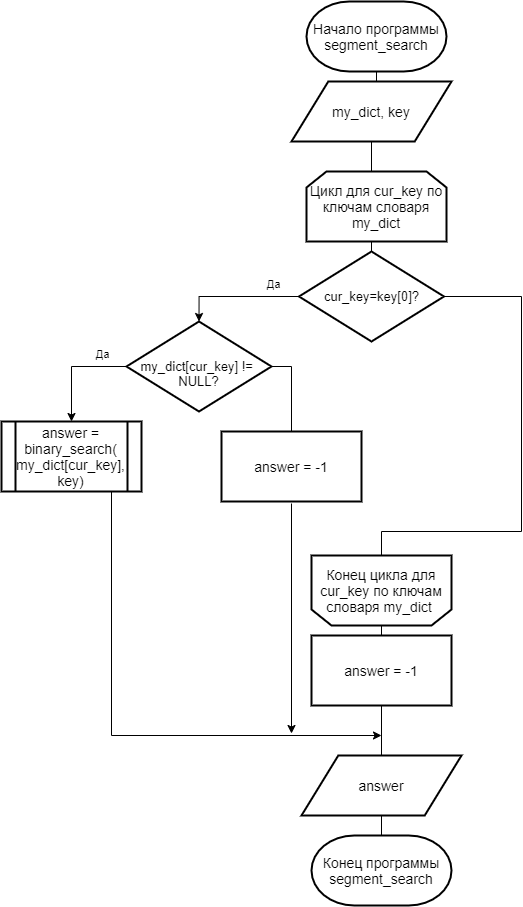
This is lab7/report/inc/img/segment_search.png from alena-zayts/BMSTU_5sem_analysis_of_algorithms, a draw.io export, as it was before one commit. Source tidied: cells renumbered, new cells last; positions are measured from the earlier drawing's top-left corner, leaving out a move shared by most shapes. Source of this version:
```xml
<mxGraphModel>
  <root>
    <mxCell id="0" />
    <mxCell id="1" parent="0" />
    <mxCell id="2" style="edgeStyle=orthogonalEdgeStyle;rounded=0;jettySize=auto;html=1;exitX=0.5;exitY=1;exitDx=0;exitDy=0;entryX=0.5;entryY=0;entryDx=0;entryDy=0;endArrow=none;endFill=0;" parent="1" edge="1" target="12">
      <mxGeometry relative="1" as="geometry">
        <mxPoint x="370" y="240" as="sourcePoint" />
      </mxGeometry>
    </mxCell>
    <mxCell id="3" style="edgeStyle=orthogonalEdgeStyle;rounded=0;jettySize=auto;html=1;exitX=0.5;exitY=0;exitDx=0;exitDy=0;exitPerimeter=0;entryX=0.5;entryY=1;entryDx=0;entryDy=0;entryPerimeter=0;endArrow=none;endFill=0;" parent="1" edge="1" source="19" target="8">
      <mxGeometry relative="1" as="geometry" />
    </mxCell>
    <mxCell id="4" style="edgeStyle=orthogonalEdgeStyle;rounded=0;jettySize=auto;html=1;exitX=0.5;exitY=0;exitDx=0;exitDy=0;exitPerimeter=0;entryX=0.5;entryY=1;entryDx=0;entryDy=0;entryPerimeter=0;endArrow=none;endFill=0;" parent="1" edge="1" source="8" target="6">
      <mxGeometry relative="1" as="geometry" />
    </mxCell>
    <mxCell id="5" value="Конец программы segment_search" style="strokeWidth=2;html=1;shape=mxgraph.flowchart.terminator;whiteSpace=wrap;fontSize=14;" parent="1" vertex="1">
      <mxGeometry x="310" y="834" width="140" height="70" as="geometry" />
    </mxCell>
    <mxCell id="6" value="&lt;font style=&quot;font-size: 14px&quot;&gt;Начало программы segment_search&lt;br&gt;&lt;/font&gt;" style="strokeWidth=2;html=1;shape=mxgraph.flowchart.terminator;whiteSpace=wrap;fontSize=14;fontFamily=Helvetica;" parent="1" vertex="1">
      <mxGeometry x="305" width="140" height="70" as="geometry" />
    </mxCell>
    <mxCell id="7" style="edgeStyle=orthogonalEdgeStyle;rounded=0;orthogonalLoop=1;jettySize=auto;html=1;exitX=0.5;exitY=1;exitDx=0;exitDy=0;exitPerimeter=0;entryX=0.5;entryY=1;entryDx=0;entryDy=0;endArrow=none;endFill=0;" parent="1" edge="1">
      <mxGeometry relative="1" as="geometry">
        <mxPoint x="385" y="829" as="sourcePoint" />
        <mxPoint x="385" y="829" as="targetPoint" />
      </mxGeometry>
    </mxCell>
    <mxCell id="8" value="&lt;span style=&quot;font-size: 14px&quot;&gt;my_dict, key&lt;/span&gt;" style="shape=parallelogram;html=1;strokeWidth=2;perimeter=parallelogramPerimeter;whiteSpace=wrap;rounded=0;arcSize=12;size=0.23;fontSize=13;" parent="1" vertex="1">
      <mxGeometry x="290" y="80" width="160" height="60" as="geometry" />
    </mxCell>
    <mxCell id="9" style="edgeStyle=orthogonalEdgeStyle;rounded=0;jettySize=auto;html=1;entryX=0.5;entryY=0;entryDx=0;entryDy=0;exitX=0;exitY=0.5;exitDx=0;exitDy=0;" parent="1" edge="1" source="12" target="25">
      <mxGeometry relative="1" as="geometry" />
    </mxCell>
    <mxCell id="10" value="Да" style="edgeLabel;html=1;align=center;verticalAlign=middle;" parent="9" vertex="1">
      <mxGeometry x="-0.77" y="1" relative="1" as="geometry">
        <mxPoint x="-11.5" y="-14" as="offset" />
      </mxGeometry>
    </mxCell>
    <mxCell id="11" style="edgeStyle=orthogonalEdgeStyle;rounded=0;jettySize=auto;html=1;exitX=1;exitY=0.5;exitDx=0;exitDy=0;entryX=0.5;entryY=1;entryDx=0;entryDy=0;endArrow=none;endFill=0;" parent="1" edge="1" source="12" target="18">
      <mxGeometry relative="1" as="geometry">
        <Array as="points">
          <mxPoint x="520" y="295" />
          <mxPoint x="520" y="530" />
          <mxPoint x="380" y="530" />
        </Array>
      </mxGeometry>
    </mxCell>
    <mxCell id="12" value="cur_key=key[0]?" style="rhombus;whiteSpace=wrap;html=1;strokeWidth=2;fontSize=13;" parent="1" vertex="1">
      <mxGeometry x="297.5" y="250" width="145" height="90" as="geometry" />
    </mxCell>
    <mxCell id="13" style="edgeStyle=orthogonalEdgeStyle;rounded=0;jettySize=auto;html=1;exitX=0.5;exitY=1;exitDx=0;exitDy=0;" parent="1" edge="1" source="21">
      <mxGeometry relative="1" as="geometry">
        <mxPoint x="380" y="734" as="targetPoint" />
        <Array as="points">
          <mxPoint x="110" y="734" />
        </Array>
      </mxGeometry>
    </mxCell>
    <mxCell id="14" style="edgeStyle=orthogonalEdgeStyle;rounded=0;jettySize=auto;html=1;exitX=0.5;exitY=1;exitDx=0;exitDy=0;endArrow=none;endFill=0;" parent="1" edge="1" source="15" target="5">
      <mxGeometry relative="1" as="geometry" />
    </mxCell>
    <mxCell id="15" value="&lt;span style=&quot;font-size: 14px&quot;&gt;answer&lt;br&gt;&lt;/span&gt;" style="shape=parallelogram;html=1;strokeWidth=2;perimeter=parallelogramPerimeter;whiteSpace=wrap;rounded=0;arcSize=12;size=0.23;fontSize=13;" parent="1" vertex="1">
      <mxGeometry x="300" y="754" width="160" height="60" as="geometry" />
    </mxCell>
    <mxCell id="16" style="edgeStyle=orthogonalEdgeStyle;rounded=0;jettySize=auto;html=1;exitX=0.5;exitY=0;exitDx=0;exitDy=0;entryX=0.5;entryY=0;entryDx=0;entryDy=0;endArrow=none;endFill=0;" parent="1" edge="1" source="18" target="15">
      <mxGeometry relative="1" as="geometry" />
    </mxCell>
    <mxCell id="17" style="edgeStyle=orthogonalEdgeStyle;rounded=0;orthogonalLoop=1;jettySize=auto;html=1;exitX=0.5;exitY=1;exitDx=0;exitDy=0;exitPerimeter=0;endArrow=none;endFill=0;" parent="1" edge="1" source="5" target="5">
      <mxGeometry relative="1" as="geometry" />
    </mxCell>
    <mxCell id="18" value="&lt;span style=&quot;font-size: 14px&quot;&gt;Конец ц&lt;/span&gt;&lt;span style=&quot;font-size: 14px&quot;&gt;икла для cur_key по ключам словаря my_dict&amp;nbsp;&lt;/span&gt;&lt;span style=&quot;font-size: 14px&quot;&gt;&lt;br&gt;&lt;/span&gt;" style="shape=loopLimit;whiteSpace=wrap;html=1;strokeWidth=2;direction=west;" parent="1" vertex="1">
      <mxGeometry x="310" y="554" width="140" height="70" as="geometry" />
    </mxCell>
    <mxCell id="19" value="&lt;span style=&quot;font-size: 14px&quot;&gt;Цикл для cur_key по ключам словаря my_dict&lt;/span&gt;" style="shape=loopLimit;whiteSpace=wrap;html=1;strokeWidth=2;" parent="1" vertex="1">
      <mxGeometry x="305" y="170" width="140" height="70" as="geometry" />
    </mxCell>
    <mxCell id="20" value="answer = -1" style="rounded=0;whiteSpace=wrap;html=1;strokeWidth=2;fontSize=14;" parent="1" vertex="1">
      <mxGeometry x="310" y="634" width="140" height="70" as="geometry" />
    </mxCell>
    <mxCell id="21" value="answer = binary_search(&lt;br&gt;my_dict[cur_key], key)" style="shape=process;whiteSpace=wrap;html=1;backgroundOutline=1;strokeWidth=2;fontSize=14;" parent="1" vertex="1">
      <mxGeometry y="420" width="140" height="70" as="geometry" />
    </mxCell>
    <mxCell id="22" style="edgeStyle=orthogonalEdgeStyle;rounded=0;jettySize=auto;html=1;entryX=0.5;entryY=0;entryDx=0;entryDy=0;exitX=0;exitY=0.5;exitDx=0;exitDy=0;" parent="1" edge="1" source="25" target="21">
      <mxGeometry relative="1" as="geometry" />
    </mxCell>
    <mxCell id="23" value="Да" style="edgeLabel;html=1;align=center;verticalAlign=middle;" parent="22" vertex="1">
      <mxGeometry x="-0.77" y="1" relative="1" as="geometry">
        <mxPoint x="-11.5" y="-14" as="offset" />
      </mxGeometry>
    </mxCell>
    <mxCell id="24" style="edgeStyle=orthogonalEdgeStyle;rounded=0;jettySize=auto;html=1;exitX=1;exitY=0.5;exitDx=0;exitDy=0;entryX=0.5;entryY=0;entryDx=0;entryDy=0;endArrow=none;endFill=0;" parent="1" edge="1" source="25" target="27">
      <mxGeometry relative="1" as="geometry" />
    </mxCell>
    <mxCell id="25" value="&lt;br&gt;my_dict[cur_key] != &lt;br&gt;NULL?" style="rhombus;whiteSpace=wrap;html=1;strokeWidth=2;fontSize=13;" parent="1" vertex="1">
      <mxGeometry x="125" y="320" width="145" height="90" as="geometry" />
    </mxCell>
    <mxCell id="26" style="edgeStyle=orthogonalEdgeStyle;rounded=0;orthogonalLoop=1;jettySize=auto;html=1;exitX=0.5;exitY=1;exitDx=0;exitDy=0;endArrow=classic;endFill=1;" parent="1" edge="1">
      <mxGeometry relative="1" as="geometry">
        <mxPoint x="290" y="502" as="sourcePoint" />
        <mxPoint x="290" y="732" as="targetPoint" />
      </mxGeometry>
    </mxCell>
    <mxCell id="27" value="answer = -1" style="rounded=0;whiteSpace=wrap;html=1;strokeWidth=2;fontSize=14;" parent="1" vertex="1">
      <mxGeometry x="220" y="430" width="140" height="70" as="geometry" />
    </mxCell>
  </root>
</mxGraphModel>
```
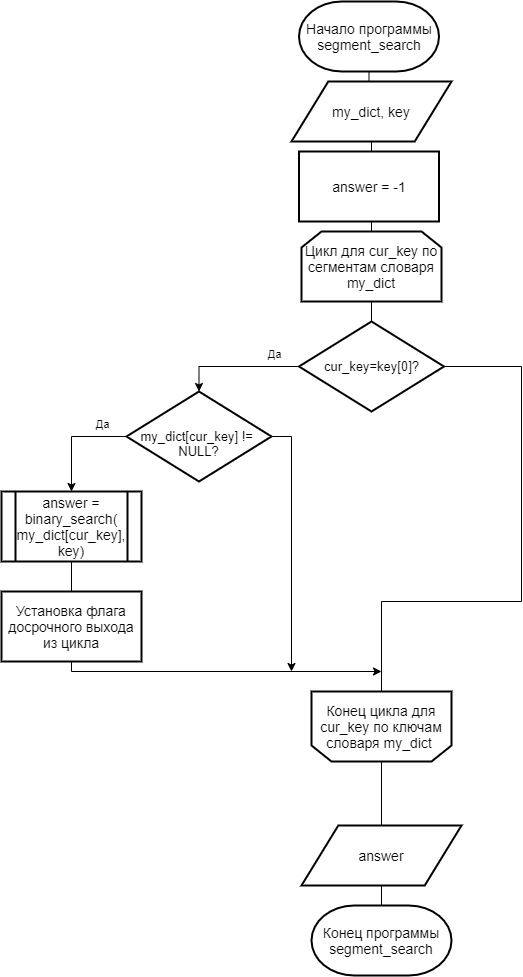
The same diagram one commit later.

Change to the diagram source:
```diff
@@ -17,7 +17,7 @@
       <mxGeometry x="310" y="834" width="140" height="70" as="geometry" />
     </mxCell>
     <mxCell id="6" value="&lt;font style=&quot;font-size: 14px&quot;&gt;Начало программы segment_search&lt;br&gt;&lt;/font&gt;" style="strokeWidth=2;html=1;shape=mxgraph.flowchart.terminator;whiteSpace=wrap;fontSize=14;fontFamily=Helvetica;" parent="1" vertex="1">
-      <mxGeometry x="305" width="140" height="70" as="geometry" />
+      <mxGeometry x="297.5" y="-70" width="140" height="70" as="geometry" />
     </mxCell>
     <mxCell id="7" style="edgeStyle=orthogonalEdgeStyle;rounded=0;orthogonalLoop=1;jettySize=auto;html=1;exitX=0.5;exitY=1;exitDx=0;exitDy=0;exitPerimeter=0;entryX=0.5;entryY=1;entryDx=0;entryDy=0;endArrow=none;endFill=0;" parent="1" edge="1">
       <mxGeometry relative="1" as="geometry">
@@ -26,7 +26,7 @@
       </mxGeometry>
     </mxCell>
     <mxCell id="8" value="&lt;span style=&quot;font-size: 14px&quot;&gt;my_dict, key&lt;/span&gt;" style="shape=parallelogram;html=1;strokeWidth=2;perimeter=parallelogramPerimeter;whiteSpace=wrap;rounded=0;arcSize=12;size=0.23;fontSize=13;" parent="1" vertex="1">
-      <mxGeometry x="290" y="80" width="160" height="60" as="geometry" />
+      <mxGeometry x="290" y="10" width="160" height="60" as="geometry" />
     </mxCell>
     <mxCell id="9" style="edgeStyle=orthogonalEdgeStyle;rounded=0;jettySize=auto;html=1;entryX=0.5;entryY=0;entryDx=0;entryDy=0;exitX=0;exitY=0.5;exitDx=0;exitDy=0;" parent="1" edge="1" source="12" target="25">
       <mxGeometry relative="1" as="geometry" />
@@ -45,14 +45,18 @@
         </Array>
       </mxGeometry>
     </mxCell>
+    <mxCell id="28" style="edgeStyle=orthogonalEdgeStyle;rounded=0;jettySize=auto;html=1;exitX=0.5;exitY=0;exitDx=0;exitDy=0;entryX=0.5;entryY=1;entryDx=0;entryDy=0;endArrow=none;endFill=0;" parent="1" edge="1" source="12" target="19">
+      <mxGeometry relative="1" as="geometry" />
+    </mxCell>
     <mxCell id="12" value="cur_key=key[0]?" style="rhombus;whiteSpace=wrap;html=1;strokeWidth=2;fontSize=13;" parent="1" vertex="1">
       <mxGeometry x="297.5" y="250" width="145" height="90" as="geometry" />
     </mxCell>
     <mxCell id="13" style="edgeStyle=orthogonalEdgeStyle;rounded=0;jettySize=auto;html=1;exitX=0.5;exitY=1;exitDx=0;exitDy=0;" parent="1" edge="1" source="21">
       <mxGeometry relative="1" as="geometry">
-        <mxPoint x="380" y="734" as="targetPoint" />
+        <mxPoint x="380" y="600" as="targetPoint" />
         <Array as="points">
-          <mxPoint x="110" y="734" />
+          <mxPoint x="70" y="600" />
+          <mxPoint x="380" y="600" />
         </Array>
       </mxGeometry>
     </mxCell>
@@ -69,14 +73,11 @@
       <mxGeometry relative="1" as="geometry" />
     </mxCell>
     <mxCell id="18" value="&lt;span style=&quot;font-size: 14px&quot;&gt;Конец ц&lt;/span&gt;&lt;span style=&quot;font-size: 14px&quot;&gt;икла для cur_key по ключам словаря my_dict&amp;nbsp;&lt;/span&gt;&lt;span style=&quot;font-size: 14px&quot;&gt;&lt;br&gt;&lt;/span&gt;" style="shape=loopLimit;whiteSpace=wrap;html=1;strokeWidth=2;direction=west;" parent="1" vertex="1">
-      <mxGeometry x="310" y="554" width="140" height="70" as="geometry" />
+      <mxGeometry x="310" y="620" width="140" height="70" as="geometry" />
     </mxCell>
-    <mxCell id="19" value="&lt;span style=&quot;font-size: 14px&quot;&gt;Цикл для cur_key по ключам словаря my_dict&lt;/span&gt;" style="shape=loopLimit;whiteSpace=wrap;html=1;strokeWidth=2;" parent="1" vertex="1">
-      <mxGeometry x="305" y="170" width="140" height="70" as="geometry" />
+    <mxCell id="19" value="&lt;span style=&quot;font-size: 14px&quot;&gt;Цикл для cur_key по сегментам словаря my_dict&lt;/span&gt;" style="shape=loopLimit;whiteSpace=wrap;html=1;strokeWidth=2;" parent="1" vertex="1">
+      <mxGeometry x="300" y="160" width="140" height="70" as="geometry" />
     </mxCell>
-    <mxCell id="20" value="answer = -1" style="rounded=0;whiteSpace=wrap;html=1;strokeWidth=2;fontSize=14;" parent="1" vertex="1">
-      <mxGeometry x="310" y="634" width="140" height="70" as="geometry" />
-    </mxCell>
     <mxCell id="21" value="answer = binary_search(&lt;br&gt;my_dict[cur_key], key)" style="shape=process;whiteSpace=wrap;html=1;backgroundOutline=1;strokeWidth=2;fontSize=14;" parent="1" vertex="1">
       <mxGeometry y="420" width="140" height="70" as="geometry" />
     </mxCell>
@@ -88,8 +89,10 @@
         <mxPoint x="-11.5" y="-14" as="offset" />
       </mxGeometry>
     </mxCell>
-    <mxCell id="24" style="edgeStyle=orthogonalEdgeStyle;rounded=0;jettySize=auto;html=1;exitX=1;exitY=0.5;exitDx=0;exitDy=0;entryX=0.5;entryY=0;entryDx=0;entryDy=0;endArrow=none;endFill=0;" parent="1" edge="1" source="25" target="27">
-      <mxGeometry relative="1" as="geometry" />
+    <mxCell id="24" style="edgeStyle=orthogonalEdgeStyle;rounded=0;jettySize=auto;html=1;exitX=1;exitY=0.5;exitDx=0;exitDy=0;endArrow=none;endFill=0;" parent="1" edge="1" source="25">
+      <mxGeometry relative="1" as="geometry">
+        <mxPoint x="290" y="530" as="targetPoint" />
+      </mxGeometry>
     </mxCell>
     <mxCell id="25" value="&lt;br&gt;my_dict[cur_key] != &lt;br&gt;NULL?" style="rhombus;whiteSpace=wrap;html=1;strokeWidth=2;fontSize=13;" parent="1" vertex="1">
       <mxGeometry x="125" y="320" width="145" height="90" as="geometry" />
@@ -97,11 +100,14 @@
     <mxCell id="26" style="edgeStyle=orthogonalEdgeStyle;rounded=0;orthogonalLoop=1;jettySize=auto;html=1;exitX=0.5;exitY=1;exitDx=0;exitDy=0;endArrow=classic;endFill=1;" parent="1" edge="1">
       <mxGeometry relative="1" as="geometry">
         <mxPoint x="290" y="502" as="sourcePoint" />
-        <mxPoint x="290" y="732" as="targetPoint" />
+        <mxPoint x="290" y="600" as="targetPoint" />
       </mxGeometry>
     </mxCell>
-    <mxCell id="27" value="answer = -1" style="rounded=0;whiteSpace=wrap;html=1;strokeWidth=2;fontSize=14;" parent="1" vertex="1">
-      <mxGeometry x="220" y="430" width="140" height="70" as="geometry" />
-    </mxCell>
+    <mxCell id="29" value="Установка флага досрочного выхода из цикла" style="rounded=0;whiteSpace=wrap;html=1;strokeWidth=2;fontSize=14;" parent="1" vertex="1">
+      <mxGeometry y="520" width="140" height="70" as="geometry" />
+    </mxCell>
+    <mxCell id="30" value="answer = -1" style="rounded=0;whiteSpace=wrap;html=1;strokeWidth=2;fontSize=14;" parent="1" vertex="1">
+      <mxGeometry x="297.5" y="80" width="140" height="70" as="geometry" />
+    </mxCell>
   </root>
 </mxGraphModel>
```
